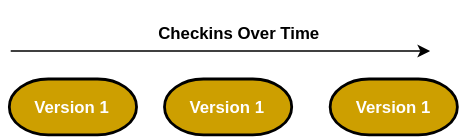
The draw.io diagram storing_data_as_changes_to_a_base_version_of_each_file.svg in Galahad-moye/diagrams, before a commit. Source tidied: cells renumbered, new cells last; positions are measured from the earlier drawing's top-left corner, leaving out a move shared by most shapes.
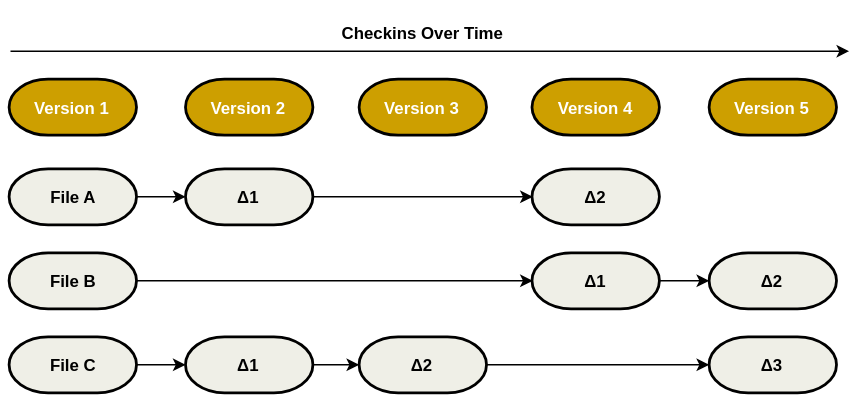
The same file after the commit.

Diff of the diagram source:
```diff
@@ -2,23 +2,80 @@
   <root>
     <mxCell id="0" />
     <mxCell id="1" parent="0" />
+    <mxCell id="7" style="endArrow=classic;html=1;" parent="1" edge="1">
+      <mxGeometry relative="1" as="geometry">
+        <mxPoint x="-198" y="22" as="sourcePoint" />
+        <mxPoint x="401" y="22" as="targetPoint" />
+      </mxGeometry>
+    </mxCell>
-    <mxCell id="2" style="endArrow=classic;html=1;" parent="1" edge="1">
-      <mxGeometry relative="1" as="geometry">
-        <mxPoint x="1" y="36" as="sourcePoint" />
-        <mxPoint x="301" y="36" as="targetPoint" />
-      </mxGeometry>
+    <mxCell id="2" value="&lt;h4&gt;Checkins Over Time&lt;/h4&gt;" style="text;html=1;align=center;verticalAlign=middle;spacingTop=-4;" parent="1" vertex="1">
+      <mxGeometry x="31.5" y="-14" width="130" height="50" as="geometry" />
     </mxCell>
-    <mxCell id="3" value="&lt;h4&gt;Checkins Over Time&lt;/h4&gt;" style="text;html=1;align=center;verticalAlign=middle;spacingTop=-4;" parent="1" vertex="1">
-      <mxGeometry x="99.5" width="130" height="50" as="geometry" />
+    <mxCell id="3" value="&lt;h4&gt;&lt;font color=&quot;#ffffff&quot;&gt;Version 1&lt;/font&gt;&lt;/h4&gt;" style="strokeWidth=2;html=1;shape=mxgraph.flowchart.terminator;whiteSpace=wrap;fillColor=#CD9f00;align=center;" parent="1" vertex="1">
+      <mxGeometry x="-199" y="42" width="91" height="40" as="geometry" />
     </mxCell>
-    <mxCell id="4" value="&lt;h4&gt;&lt;font color=&quot;#ffffff&quot;&gt;Version 1&lt;/font&gt;&lt;/h4&gt;" style="strokeWidth=2;html=1;shape=mxgraph.flowchart.terminator;whiteSpace=wrap;fillColor=#CD9f00;align=center;" parent="1" vertex="1">
-      <mxGeometry y="56" width="91" height="40" as="geometry" />
+    <mxCell id="4" value="&lt;h4&gt;&lt;font color=&quot;#ffffff&quot;&gt;Version 2&lt;/font&gt;&lt;/h4&gt;" style="strokeWidth=2;html=1;shape=mxgraph.flowchart.terminator;whiteSpace=wrap;fillColor=#CD9f00;align=center;" parent="1" vertex="1">
+      <mxGeometry x="-73" y="42" width="91" height="40" as="geometry" />
     </mxCell>
-    <mxCell id="5" value="&lt;h4&gt;&lt;font color=&quot;#ffffff&quot;&gt;Version 1&lt;/font&gt;&lt;/h4&gt;" style="strokeWidth=2;html=1;shape=mxgraph.flowchart.terminator;whiteSpace=wrap;fillColor=#CD9f00;align=center;" parent="1" vertex="1">
-      <mxGeometry x="111" y="56" width="91" height="40" as="geometry" />
+    <mxCell id="5" value="&lt;h4&gt;&lt;font color=&quot;#ffffff&quot;&gt;Version 3&lt;/font&gt;&lt;/h4&gt;" style="strokeWidth=2;html=1;shape=mxgraph.flowchart.terminator;whiteSpace=wrap;fillColor=#CD9f00;align=center;" parent="1" vertex="1">
+      <mxGeometry x="51" y="42" width="91" height="40" as="geometry" />
     </mxCell>
-    <mxCell id="6" value="&lt;h4&gt;&lt;font color=&quot;#ffffff&quot;&gt;Version 1&lt;/font&gt;&lt;/h4&gt;" style="strokeWidth=2;html=1;shape=mxgraph.flowchart.terminator;whiteSpace=wrap;fillColor=#CD9f00;align=center;" parent="1" vertex="1">
-      <mxGeometry x="229.5" y="56" width="91" height="40" as="geometry" />
+    <mxCell id="6" value="&lt;h4&gt;&lt;font color=&quot;#ffffff&quot;&gt;Version 4&lt;/font&gt;&lt;/h4&gt;" style="strokeWidth=2;html=1;shape=mxgraph.flowchart.terminator;whiteSpace=wrap;fillColor=#CD9f00;align=center;" parent="1" vertex="1">
+      <mxGeometry x="174.5" y="42" width="91" height="40" as="geometry" />
     </mxCell>
+    <mxCell id="8" value="&lt;h4&gt;&lt;font color=&quot;#ffffff&quot;&gt;Version 5&lt;/font&gt;&lt;/h4&gt;" style="strokeWidth=2;html=1;shape=mxgraph.flowchart.terminator;whiteSpace=wrap;fillColor=#CD9f00;align=center;" parent="1" vertex="1">
+      <mxGeometry x="301" y="42" width="91" height="40" as="geometry" />
+    </mxCell>
+    <mxCell id="9" style="edgeStyle=orthogonalEdgeStyle;rounded=0;html=1;exitX=1;exitY=0.5;exitPerimeter=0;entryX=0;entryY=0.5;entryPerimeter=0;endArrow=classic;endFill=1;jettySize=auto;" parent="1" edge="1" source="10" target="16">
+      <mxGeometry relative="1" as="geometry" />
+    </mxCell>
+    <mxCell id="10" value="&lt;h4&gt;File A&lt;/h4&gt;" style="strokeWidth=2;html=1;shape=mxgraph.flowchart.terminator;whiteSpace=wrap;fillColor=#efefe7;align=center;" parent="1" vertex="1">
+      <mxGeometry x="-199" y="106" width="91" height="40" as="geometry" />
+    </mxCell>
+    <mxCell id="11" style="edgeStyle=orthogonalEdgeStyle;rounded=0;html=1;exitX=1;exitY=0.5;exitPerimeter=0;entryX=0;entryY=0.5;entryPerimeter=0;endArrow=classic;endFill=1;jettySize=auto;" parent="1" edge="1" source="12" target="23">
+      <mxGeometry relative="1" as="geometry" />
+    </mxCell>
+    <mxCell id="12" value="&lt;h4&gt;File B&lt;/h4&gt;" style="strokeWidth=2;html=1;shape=mxgraph.flowchart.terminator;whiteSpace=wrap;fillColor=#efefe7;align=center;" parent="1" vertex="1">
+      <mxGeometry x="-199" y="166" width="91" height="40" as="geometry" />
+    </mxCell>
+    <mxCell id="13" style="edgeStyle=orthogonalEdgeStyle;rounded=0;html=1;exitX=1;exitY=0.5;exitPerimeter=0;entryX=0;entryY=0.5;entryPerimeter=0;endArrow=classic;endFill=1;jettySize=auto;" parent="1" edge="1" source="14" target="18">
+      <mxGeometry relative="1" as="geometry" />
+    </mxCell>
+    <mxCell id="14" value="&lt;h4&gt;File C&lt;/h4&gt;" style="strokeWidth=2;html=1;shape=mxgraph.flowchart.terminator;whiteSpace=wrap;fillColor=#efefe7;align=center;" parent="1" vertex="1">
+      <mxGeometry x="-199" y="226" width="91" height="40" as="geometry" />
+    </mxCell>
+    <mxCell id="15" style="edgeStyle=orthogonalEdgeStyle;rounded=0;html=1;exitX=1;exitY=0.5;exitPerimeter=0;entryX=0;entryY=0.5;entryPerimeter=0;endArrow=classic;endFill=1;jettySize=auto;" parent="1" edge="1" source="16" target="21">
+      <mxGeometry relative="1" as="geometry" />
+    </mxCell>
+    <mxCell id="16" value="&lt;h4&gt;Δ1&lt;/h4&gt;" style="strokeWidth=2;html=1;shape=mxgraph.flowchart.terminator;whiteSpace=wrap;fillColor=#efefe7;align=center;" parent="1" vertex="1">
+      <mxGeometry x="-73" y="106" width="91" height="40" as="geometry" />
+    </mxCell>
+    <mxCell id="17" style="edgeStyle=orthogonalEdgeStyle;rounded=0;html=1;exitX=1;exitY=0.5;exitPerimeter=0;entryX=0;entryY=0.5;entryPerimeter=0;endArrow=classic;endFill=1;jettySize=auto;" parent="1" edge="1" source="18" target="20">
+      <mxGeometry relative="1" as="geometry" />
+    </mxCell>
+    <mxCell id="18" value="&lt;h4&gt;Δ1&lt;/h4&gt;" style="strokeWidth=2;html=1;shape=mxgraph.flowchart.terminator;whiteSpace=wrap;fillColor=#efefe7;align=center;" parent="1" vertex="1">
+      <mxGeometry x="-73" y="226" width="91" height="40" as="geometry" />
+    </mxCell>
+    <mxCell id="19" style="edgeStyle=orthogonalEdgeStyle;rounded=0;html=1;exitX=1;exitY=0.5;exitPerimeter=0;entryX=0;entryY=0.5;entryPerimeter=0;endArrow=classic;endFill=1;jettySize=auto;" parent="1" edge="1" source="20" target="25">
+      <mxGeometry relative="1" as="geometry" />
+    </mxCell>
+    <mxCell id="20" value="&lt;h4&gt;Δ2&lt;/h4&gt;" style="strokeWidth=2;html=1;shape=mxgraph.flowchart.terminator;whiteSpace=wrap;fillColor=#efefe7;align=center;" parent="1" vertex="1">
+      <mxGeometry x="51" y="226" width="91" height="40" as="geometry" />
+    </mxCell>
+    <mxCell id="21" value="&lt;h4&gt;Δ2&lt;/h4&gt;" style="strokeWidth=2;html=1;shape=mxgraph.flowchart.terminator;whiteSpace=wrap;fillColor=#efefe7;align=center;" parent="1" vertex="1">
+      <mxGeometry x="174.5" y="106" width="91" height="40" as="geometry" />
+    </mxCell>
+    <mxCell id="22" style="edgeStyle=orthogonalEdgeStyle;rounded=0;html=1;exitX=1;exitY=0.5;exitPerimeter=0;entryX=0;entryY=0.5;entryPerimeter=0;endArrow=classic;endFill=1;jettySize=auto;" parent="1" edge="1" source="23" target="24">
+      <mxGeometry relative="1" as="geometry" />
+    </mxCell>
+    <mxCell id="23" value="&lt;h4&gt;Δ1&lt;/h4&gt;" style="strokeWidth=2;html=1;shape=mxgraph.flowchart.terminator;whiteSpace=wrap;fillColor=#efefe7;align=center;" parent="1" vertex="1">
+      <mxGeometry x="174.5" y="166" width="91" height="40" as="geometry" />
+    </mxCell>
+    <mxCell id="24" value="&lt;h4&gt;Δ2&lt;/h4&gt;" style="strokeWidth=2;html=1;shape=mxgraph.flowchart.terminator;whiteSpace=wrap;fillColor=#efefe7;align=center;" parent="1" vertex="1">
+      <mxGeometry x="301" y="166" width="91" height="40" as="geometry" />
+    </mxCell>
+    <mxCell id="25" value="&lt;h4&gt;Δ3&lt;/h4&gt;" style="strokeWidth=2;html=1;shape=mxgraph.flowchart.terminator;whiteSpace=wrap;fillColor=#efefe7;align=center;" parent="1" vertex="1">
+      <mxGeometry x="301" y="226" width="91" height="40" as="geometry" />
+    </mxCell>
   </root>
 </mxGraphModel>
```
